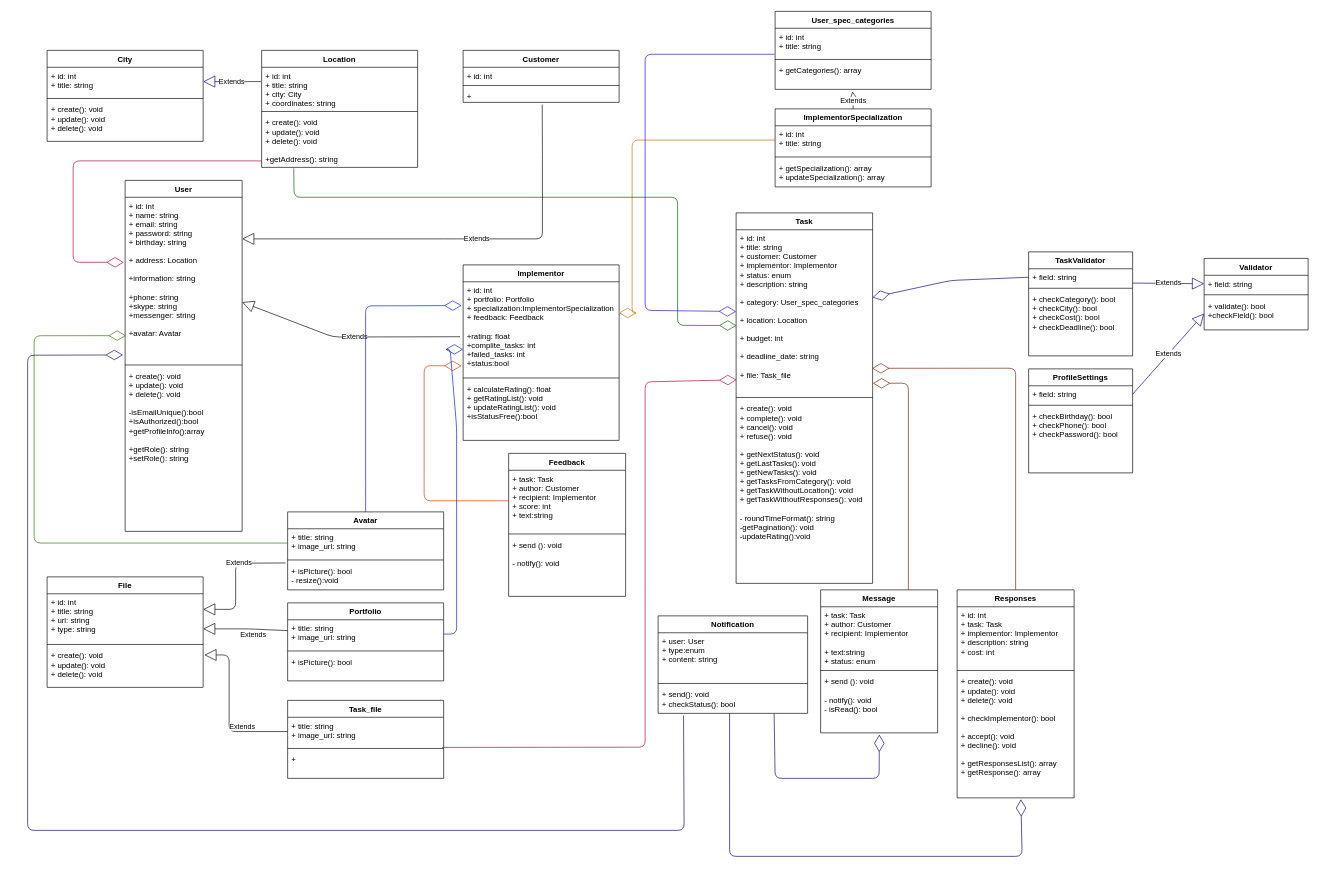
Earlier version of the draw.io diagram scheme/class_map.drawio (htmlacademy-yii/1637193-task-force-2). Source tidied: cells renumbered, new cells numbered last; positions are measured from the earlier drawing's top-left corner, leaving out a move shared by most shapes. Both pictures are drawn from the tidied source at 65%, with x=0, y=0 at pixel (27, 11).
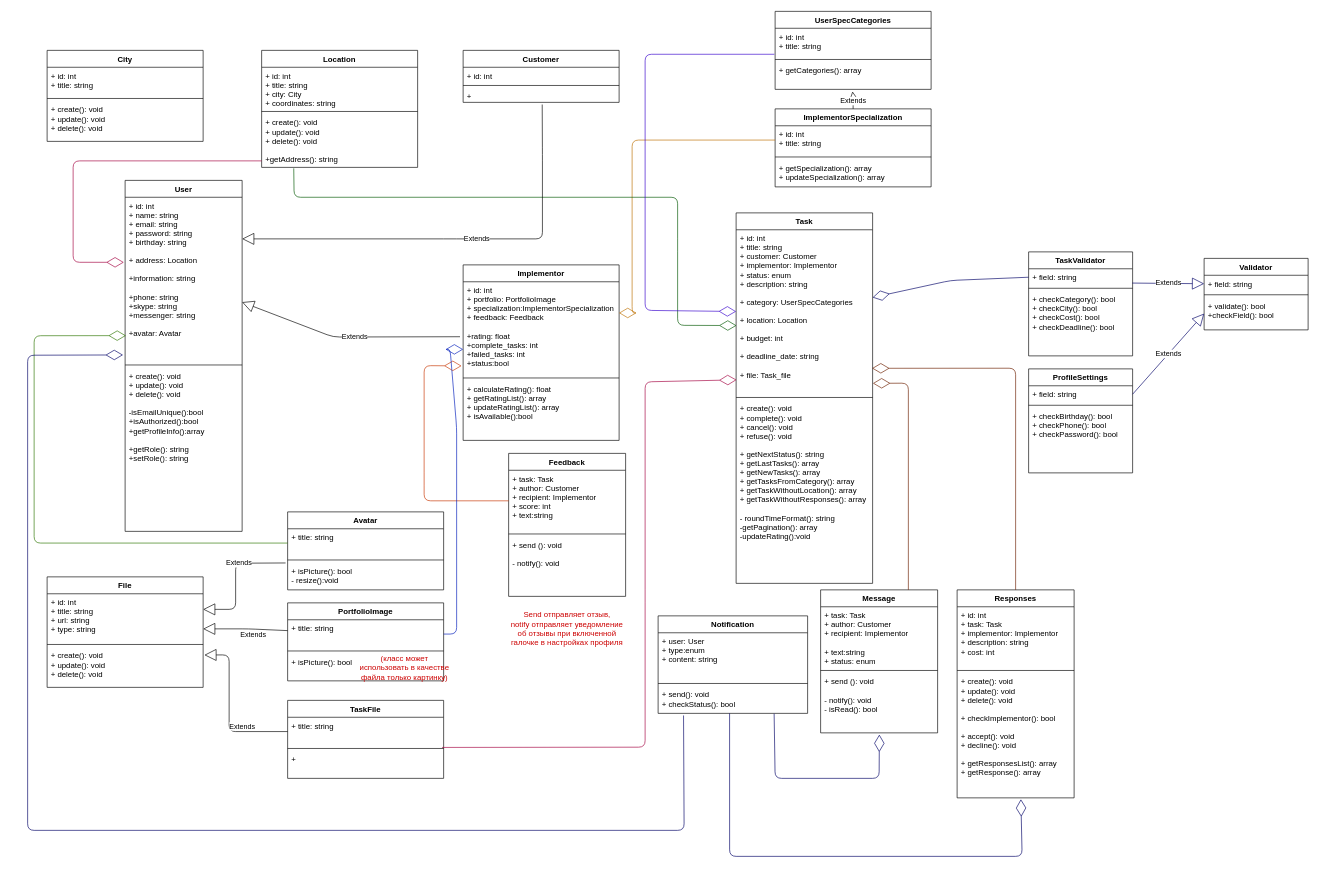
The same diagram, later.

Commit message (it also covers changes not shown here):
обновляет classmap-схему после замечаний

The change refers to these unchanged cells:
```xml
<mxCell id="10" value="Implementor&#10;" style="swimlane;fontStyle=1;align=center;verticalAlign=top;horizontal=1;startSize=26;fontColor=#000000;" parent="1" vertex="1">
  <mxGeometry x="670" y="390" width="240" height="270" as="geometry" />
</mxCell>
<mxCell id="27" value="Avatar" style="swimlane;fontStyle=1;align=center;verticalAlign=top;horizontal=1;startSize=26;fontColor=#000000;" parent="1" vertex="1">
  <mxGeometry x="400" y="770" width="240" height="120" as="geometry" />
</mxCell>
<mxCell id="54" value="+ id: int&#10;+ title: string" style="text;strokeColor=none;fillColor=none;align=left;verticalAlign=top;spacingLeft=4;spacingRight=4;overflow=hidden;points=[[0,0.5],[1,0.5]];portConstraint=eastwest;" parent="53" vertex="1">
  <mxGeometry y="26" width="240" height="44" as="geometry" />
</mxCell>
<mxCell id="59" value="Task" style="swimlane;fontStyle=1;align=center;verticalAlign=top;horizontal=1;startSize=26;fontColor=#000000;" parent="1" vertex="1">
  <mxGeometry x="1090" y="310" width="210" height="570" as="geometry" />
</mxCell>
```

Diff of the diagram source:
```diff
@@
-    <mxCell id="11" value="+ id: int&#10;+ portfolio: Portfolio&#10;+ specialization:ImplementorSpecialization&#10;+ feedback: Feedback&#10;&#10;+rating: float&#10;+complite_tasks: int&#10;+failed_tasks: int&#10;+status:bool&#10;" style="text;strokeColor=none;fillColor=none;align=left;verticalAlign=top;spacingLeft=4;spacingRight=4;overflow=hidden;points=[[0,0.5],[1,0.5]];portConstraint=eastwest;" parent="10" vertex="1">
+    <mxCell id="11" value="+ id: int&#10;+ portfolio: PortfolioImage&#10;+ specialization:ImplementorSpecialization&#10;+ feedback: Feedback&#10;&#10;+rating: float&#10;+complete_tasks: int&#10;+failed_tasks: int&#10;+status:bool&#10;" style="text;strokeColor=none;fillColor=none;align=left;verticalAlign=top;spacingLeft=4;spacingRight=4;overflow=hidden;points=[[0,0.5],[1,0.5]];portConstraint=eastwest;" parent="10" vertex="1">
       <mxGeometry y="26" width="240" height="144" as="geometry" />
     </mxCell>
@@
-    <mxCell id="13" value="+ calculateRating(): float&#10;+ getRatingList(): void&#10;+ updateRatingList(): void&#10;+isStatusFree():bool" style="text;strokeColor=none;fillColor=none;align=left;verticalAlign=top;spacingLeft=4;spacingRight=4;overflow=hidden;" parent="10" vertex="1">
+    <mxCell id="13" value="+ calculateRating(): float&#10;+ getRatingList(): array&#10;+ updateRatingList(): array&#10;+ isAvailable():bool" style="text;strokeColor=none;fillColor=none;align=left;verticalAlign=top;spacingLeft=4;spacingRight=4;overflow=hidden;" parent="10" vertex="1">
       <mxGeometry y="178" width="240" height="92" as="geometry" />
     </mxCell>
@@
-    <mxCell id="15" value="Portfolio" style="swimlane;fontStyle=1;align=center;verticalAlign=top;horizontal=1;startSize=26;fontColor=#000000;" parent="1" vertex="1">
+    <mxCell id="15" value="PortfolioImage" style="swimlane;fontStyle=1;align=center;verticalAlign=top;horizontal=1;startSize=26;fontColor=#000000;" parent="1" vertex="1">
       <mxGeometry x="400" y="910" width="240" height="120" as="geometry" />
     </mxCell>
-    <mxCell id="16" value="+ title: string&#10;+ image_url: string" style="text;strokeColor=none;fillColor=none;align=left;verticalAlign=top;spacingLeft=4;spacingRight=4;overflow=hidden;points=[[0,0.5],[1,0.5]];portConstraint=eastwest;" parent="15" vertex="1">
+    <mxCell id="16" value="+ title: string&#10;" style="text;strokeColor=none;fillColor=none;align=left;verticalAlign=top;spacingLeft=4;spacingRight=4;overflow=hidden;points=[[0,0.5],[1,0.5]];portConstraint=eastwest;" parent="15" vertex="1">
       <mxGeometry y="26" width="240" height="44" as="geometry" />
     </mxCell>
@@
-    <mxCell id="18" value="+ isPicture(): bool" style="text;strokeColor=none;fillColor=none;align=left;verticalAlign=top;spacingLeft=4;spacingRight=4;overflow=hidden;" parent="15" vertex="1">
+    <mxCell id="18" value="+ isPicture(): bool " style="text;strokeColor=none;fillColor=none;align=left;verticalAlign=top;spacingLeft=4;spacingRight=4;overflow=hidden;" parent="15" vertex="1">
       <mxGeometry y="78" width="240" height="42" as="geometry" />
     </mxCell>
@@
-    <mxCell id="28" value="+ title: string&#10;+ image_url: string" style="text;strokeColor=none;fillColor=none;align=left;verticalAlign=top;spacingLeft=4;spacingRight=4;overflow=hidden;points=[[0,0.5],[1,0.5]];portConstraint=eastwest;" parent="27" vertex="1">
+    <mxCell id="28" value="+ title: string&#10;" style="text;strokeColor=none;fillColor=none;align=left;verticalAlign=top;spacingLeft=4;spacingRight=4;overflow=hidden;points=[[0,0.5],[1,0.5]];portConstraint=eastwest;" parent="27" vertex="1">
       <mxGeometry y="26" width="240" height="44" as="geometry" />
     </mxCell>
@@
-    <mxCell id="31" value="Task_file" style="swimlane;fontStyle=1;align=center;verticalAlign=top;horizontal=1;startSize=26;fontColor=#000000;" parent="1" vertex="1">
+    <mxCell id="31" value="TaskFile" style="swimlane;fontStyle=1;align=center;verticalAlign=top;horizontal=1;startSize=26;fontColor=#000000;" parent="1" vertex="1">
       <mxGeometry x="400" y="1060" width="240" height="120" as="geometry" />
     </mxCell>
-    <mxCell id="32" value="+ title: string&#10;+ image_url: string" style="text;strokeColor=none;fillColor=none;align=left;verticalAlign=top;spacingLeft=4;spacingRight=4;overflow=hidden;" parent="31" vertex="1">
+    <mxCell id="32" value="+ title: string&#10;" style="text;strokeColor=none;fillColor=none;align=left;verticalAlign=top;spacingLeft=4;spacingRight=4;overflow=hidden;" parent="31" vertex="1">
       <mxGeometry y="26" width="240" height="44" as="geometry" />
     </mxCell>
@@
-    <mxCell id="36" style="endArrow=diamondThin;endFill=0;endSize=24;html=1;strokeColor=#001DBC;fillColor=#0050ef;entryX=-0.01;entryY=0.254;entryDx=0;entryDy=0;entryPerimeter=0;exitX=0.5;exitY=0;exitDx=0;exitDy=0;" parent="1" edge="1" source="27" target="11">
-      <mxGeometry relative="1" as="geometry">
-        <Array as="points">
-          <mxPoint x="520" y="740" />
-          <mxPoint x="520" y="453" />
-          <mxPoint x="560" y="453" />
-        </Array>
-      </mxGeometry>
-    </mxCell>
@@
-    <mxCell id="39" value="User_spec_categories" style="swimlane;fontStyle=1;align=center;verticalAlign=top;horizontal=1;startSize=26;fontColor=#000000;" parent="1" vertex="1">
+    <mxCell id="39" value="UserSpecCategories" style="swimlane;fontStyle=1;align=center;verticalAlign=top;horizontal=1;startSize=26;fontColor=#000000;" parent="1" vertex="1">
       <mxGeometry x="1150" width="240" height="120" as="geometry" />
     </mxCell>
@@
-    <mxCell id="57" value="Extends" style="endArrow=block;endSize=16;endFill=0;html=1;strokeColor=#000066;entryX=1;entryY=0.5;entryDx=0;entryDy=0;" parent="1" edge="1" target="54">
-      <mxGeometry relative="1" as="geometry">
-        <mxPoint x="359" y="108" as="sourcePoint" />
-      </mxGeometry>
-    </mxCell>
@@
-    <mxCell id="60" value="+ id: int&#10;+ title: string&#10;+ customer: Customer&#10;+ implementor: Implementor&#10;+ status: enum&#10;+ description: string&#10;&#10;+ category: User_spec_categories&#10;&#10;+ location: Location&#10;&#10;+ budget: int&#10;&#10;+ deadline_date: string&#10;&#10;+ file: Task_file&#10;&#10;" style="text;strokeColor=none;fillColor=none;align=left;verticalAlign=top;spacingLeft=4;spacingRight=4;overflow=hidden;points=[[0,0.5],[1,0.5]];portConstraint=eastwest;fontStyle=0;" parent="59" vertex="1">
+    <mxCell id="60" value="+ id: int&#10;+ title: string&#10;+ customer: Customer&#10;+ implementor: Implementor&#10;+ status: enum&#10;+ description: string&#10;&#10;+ category: UserSpecCategories&#10;&#10;+ location: Location&#10;&#10;+ budget: int&#10;&#10;+ deadline_date: string&#10;&#10;+ file: Task_file&#10;&#10;" style="text;strokeColor=none;fillColor=none;align=left;verticalAlign=top;spacingLeft=4;spacingRight=4;overflow=hidden;points=[[0,0.5],[1,0.5]];portConstraint=eastwest;fontStyle=0;" parent="59" vertex="1">
       <mxGeometry y="26" width="210" height="254" as="geometry" />
     </mxCell>
@@
-    <mxCell id="62" value="+ create(): void&#10;+ complete(): void&#10;+ cancel(): void&#10;+ refuse(): void&#10;&#10;+ getNextStatus(): void&#10;+ getLastTasks(): void&#10;+ getNewTasks(): void&#10;+ getTasksFromCategory(): void&#10;+ getTaskWithoutLocation(): void&#10;+ getTaskWithoutResponses(): void&#10;&#10;- roundTimeFormat(): string&#10;-getPagination(): void&#10;-updateRating():void&#10;" style="text;strokeColor=none;fillColor=none;align=left;verticalAlign=top;spacingLeft=4;spacingRight=4;overflow=hidden;" parent="59" vertex="1">
+    <mxCell id="62" value="+ create(): void&#10;+ complete(): void&#10;+ cancel(): void&#10;+ refuse(): void&#10;&#10;+ getNextStatus(): string&#10;+ getLastTasks(): array&#10;+ getNewTasks(): array&#10;+ getTasksFromCategory(): array&#10;+ getTaskWithoutLocation(): array&#10;+ getTaskWithoutResponses(): array&#10;&#10;- roundTimeFormat(): string&#10;-getPagination(): array&#10;-updateRating():void&#10;" style="text;strokeColor=none;fillColor=none;align=left;verticalAlign=top;spacingLeft=4;spacingRight=4;overflow=hidden;" parent="59" vertex="1">
       <mxGeometry y="288" width="210" height="282" as="geometry" />
     </mxCell>
@@
+    <mxCell id="102" value="&lt;span style=&quot;text-align: left&quot;&gt;(класс может использовать в качестве файла только картинку)&lt;/span&gt;" style="text;html=1;strokeColor=none;fillColor=none;align=center;verticalAlign=middle;whiteSpace=wrap;rounded=0;fontColor=#CC0000;" parent="1" vertex="1">
+      <mxGeometry x="510" y="1000" width="140" height="20" as="geometry" />
+    </mxCell>
+    <mxCell id="103" value="&lt;span style=&quot;text-align: left&quot;&gt;Send отправляет отзыв,&lt;br&gt;notify отправляет уведомление об отзывы при включенной галочке в настройках профиля&lt;br&gt;&lt;/span&gt;" style="text;html=1;strokeColor=none;fillColor=none;align=center;verticalAlign=middle;whiteSpace=wrap;rounded=0;fontColor=#CC0000;" parent="1" vertex="1">
+      <mxGeometry x="740" y="940" width="180" height="20" as="geometry" />
+    </mxCell>
```
